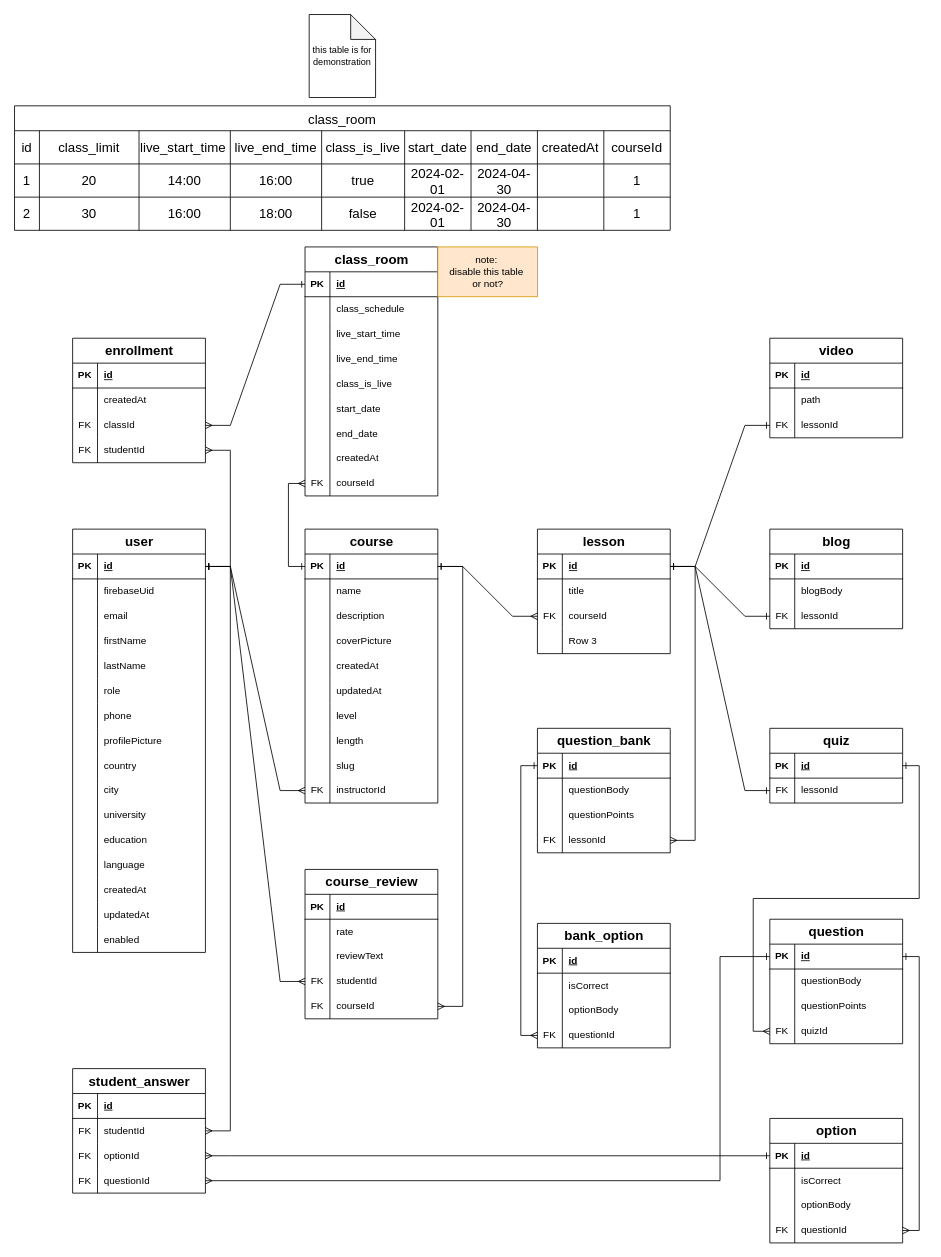
Earlier version of the draw.io diagram Dorraq.drawio (YAMANX8/UML). Source tidied: cells renumbered, new cells numbered last; positions are measured from the earlier drawing's top-left corner, leaving out a move shared by most shapes. Both pictures are drawn from the tidied source at 83%, with x=0, y=0 at pixel (14, 14).
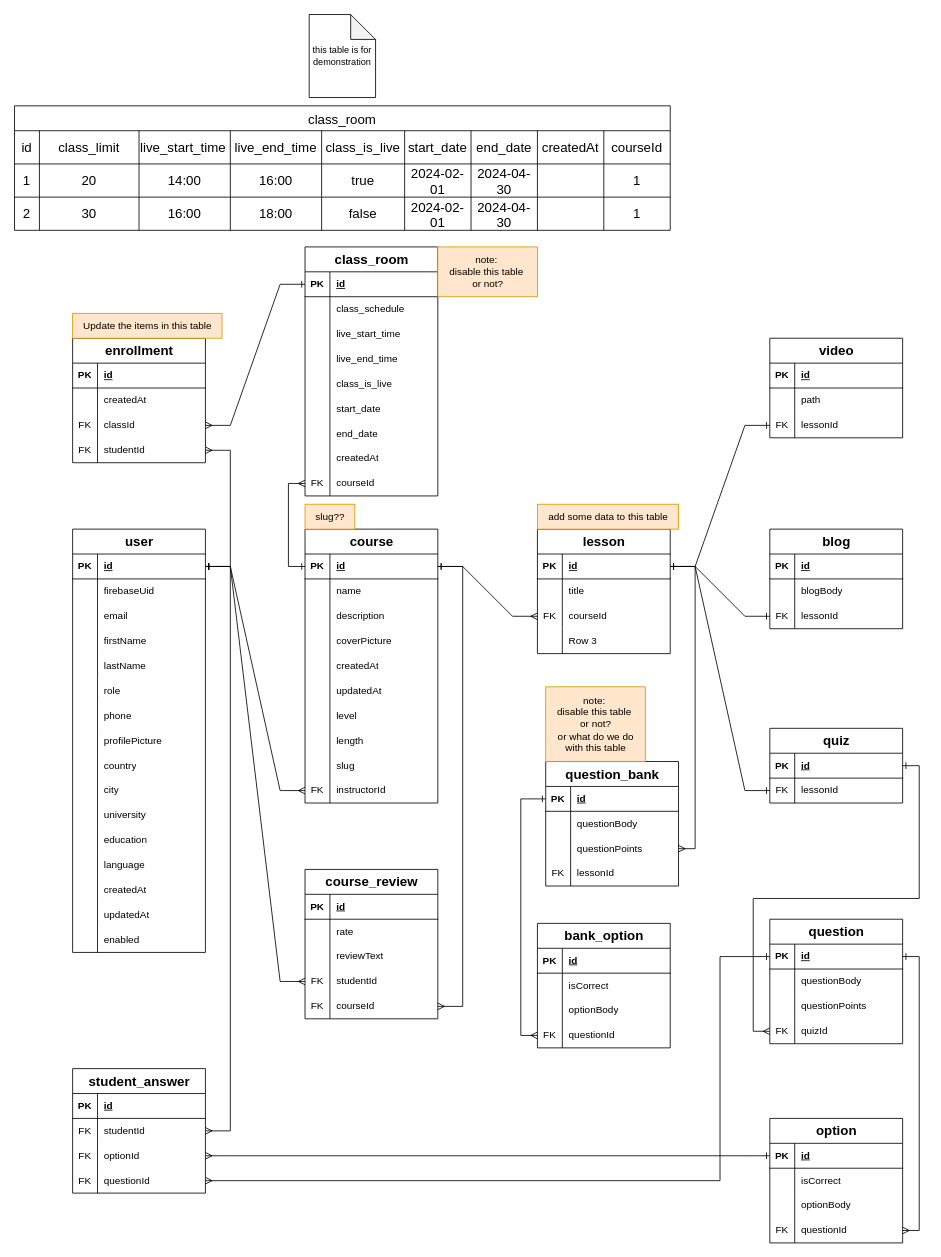
Above is the later version.

Unchanged cells that the change refers to:
```xml
<mxCell id="96" style="shape=tableRow;horizontal=0;startSize=0;swimlaneHead=0;swimlaneBody=0;fillColor=none;points=[[0,0.5],[1,0.5]];portConstraint=eastwest;top=0;left=0;right=0;bottom=1;" parent="95" vertex="1">
  <mxGeometry y="30" width="160" height="30" as="geometry" />
</mxCell>
<mxCell id="168" style="shape=tableRow;horizontal=0;startSize=0;swimlaneHead=0;swimlaneBody=0;fillColor=none;points=[[0,0.5],[1,0.5]];portConstraint=eastwest;top=0;left=0;right=0;bottom=0;" parent="161" vertex="1">
  <mxGeometry y="90" width="160" height="30" as="geometry" />
</mxCell>
<mxCell id="171" style="shape=tableRow;horizontal=0;startSize=0;swimlaneHead=0;swimlaneBody=0;fillColor=none;points=[[0,0.5],[1,0.5]];portConstraint=eastwest;top=0;left=0;right=0;bottom=0;" parent="161" vertex="1">
  <mxGeometry y="120" width="160" height="30" as="geometry" />
</mxCell>
```

The edit, as a diff of the source:
```diff
@@
     <mxCell id="161" value="&lt;font style=&quot;font-size: 16px;&quot;&gt;question_bank&lt;/font&gt;" style="shape=table;startSize=30;childLayout=tableLayout;rowLines=0;fontStyle=1;align=center;html=1;strokeWidth=1;" parent="1" vertex="1">
-      <mxGeometry x="630" y="860" width="160" height="150" as="geometry" />
+      <mxGeometry x="640" y="900" width="160" height="150" as="geometry" />
     </mxCell>
@@
-    <mxCell id="211" style="edgeStyle=entityRelationEdgeStyle;shape=connector;rounded=0;jettySize=auto;html=1;exitX=1;exitY=0.5;exitDx=0;exitDy=0;entryX=1;entryY=0.5;entryDx=0;entryDy=0;labelBackgroundColor=default;strokeColor=default;align=center;verticalAlign=middle;fontFamily=Helvetica;fontSize=11;fontColor=default;startArrow=ERone;startFill=0;endArrow=ERmany;endFill=0;" parent="1" edge="1" source="96" target="171">
-      <mxGeometry relative="1" as="geometry" />
-    </mxCell>
@@
+    <mxCell id="294" value="note:&amp;nbsp;&lt;br&gt;disable this table&amp;nbsp;&lt;br&gt;or not?&lt;br&gt;or what do we do&lt;br&gt;with this table" style="text;html=1;align=center;verticalAlign=middle;strokeColor=#d79b00;fillColor=#ffe6cc;" parent="1" vertex="1">
+      <mxGeometry x="640" y="810" width="120" height="90" as="geometry" />
+    </mxCell>
+    <mxCell id="295" style="edgeStyle=orthogonalEdgeStyle;rounded=0;jettySize=auto;html=1;exitX=1;exitY=0.5;exitDx=0;exitDy=0;entryX=1;entryY=0.5;entryDx=0;entryDy=0;startArrow=ERone;startFill=0;endArrow=ERmany;endFill=0;" parent="1" edge="1" source="96" target="168">
+      <mxGeometry relative="1" as="geometry" />
+    </mxCell>
+    <mxCell id="296" value="add some data to this table" style="text;html=1;align=center;verticalAlign=middle;strokeColor=#d79b00;fillColor=#ffe6cc;" parent="1" vertex="1">
+      <mxGeometry x="630" y="590" width="170" height="30" as="geometry" />
+    </mxCell>
+    <mxCell id="297" value="Update the items in this table" style="text;html=1;align=center;verticalAlign=middle;strokeColor=#d79b00;fillColor=#ffe6cc;" parent="1" vertex="1">
+      <mxGeometry x="70" y="360" width="180" height="30" as="geometry" />
+    </mxCell>
+    <mxCell id="298" value="slug??" style="text;html=1;align=center;verticalAlign=middle;strokeColor=#d79b00;fillColor=#ffe6cc;" parent="1" vertex="1">
+      <mxGeometry x="350" y="590" width="60" height="30" as="geometry" />
+    </mxCell>
```
